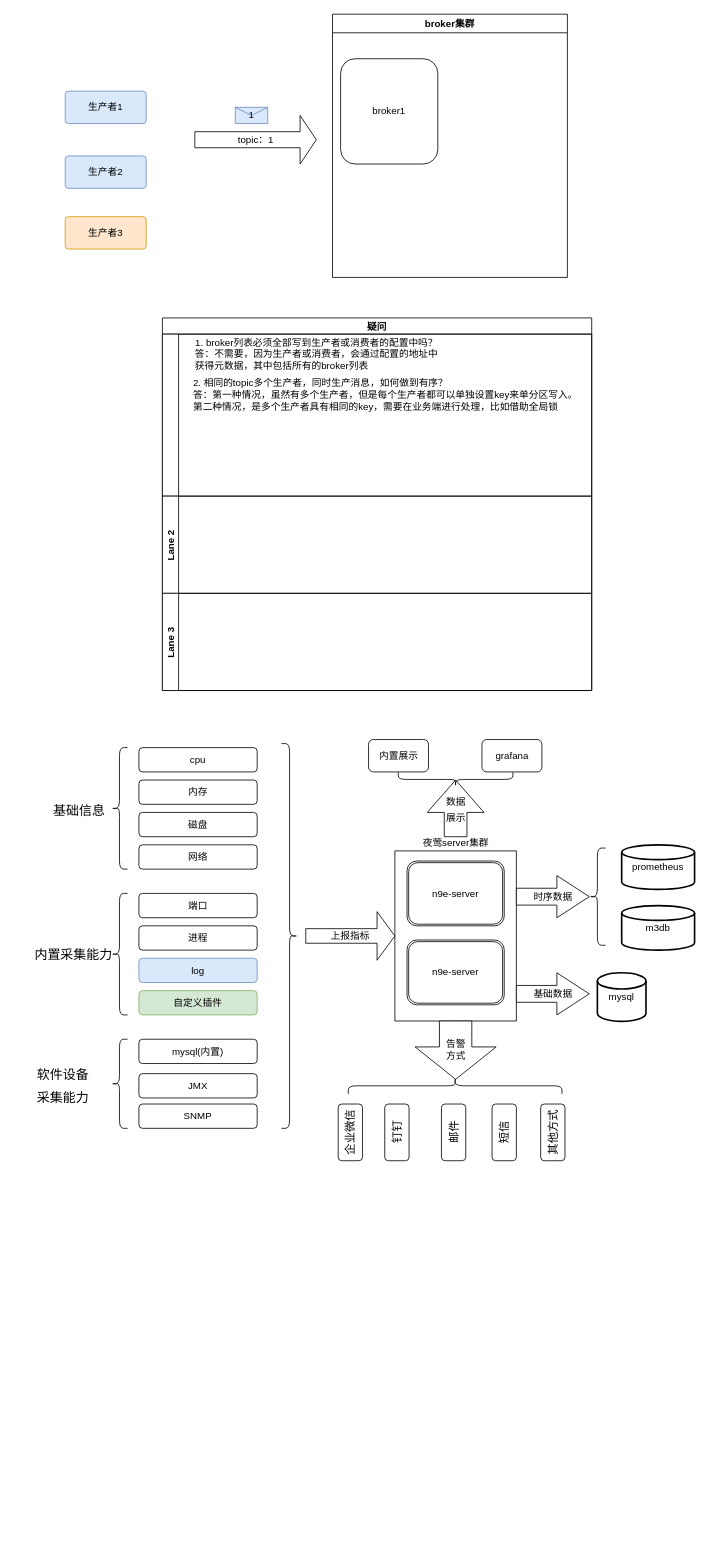
The draw.io diagram weixin/Validate/kafka消息传递图.drawio in Sycjyy/myshare, before the edit. Source tidied: cells renumbered, new cells numbered last; positions are measured from the earlier drawing's top-left corner, leaving out a move shared by most shapes. Both pictures are drawn from the tidied source at 81%, with x=0, y=0 at pixel (14, 14).
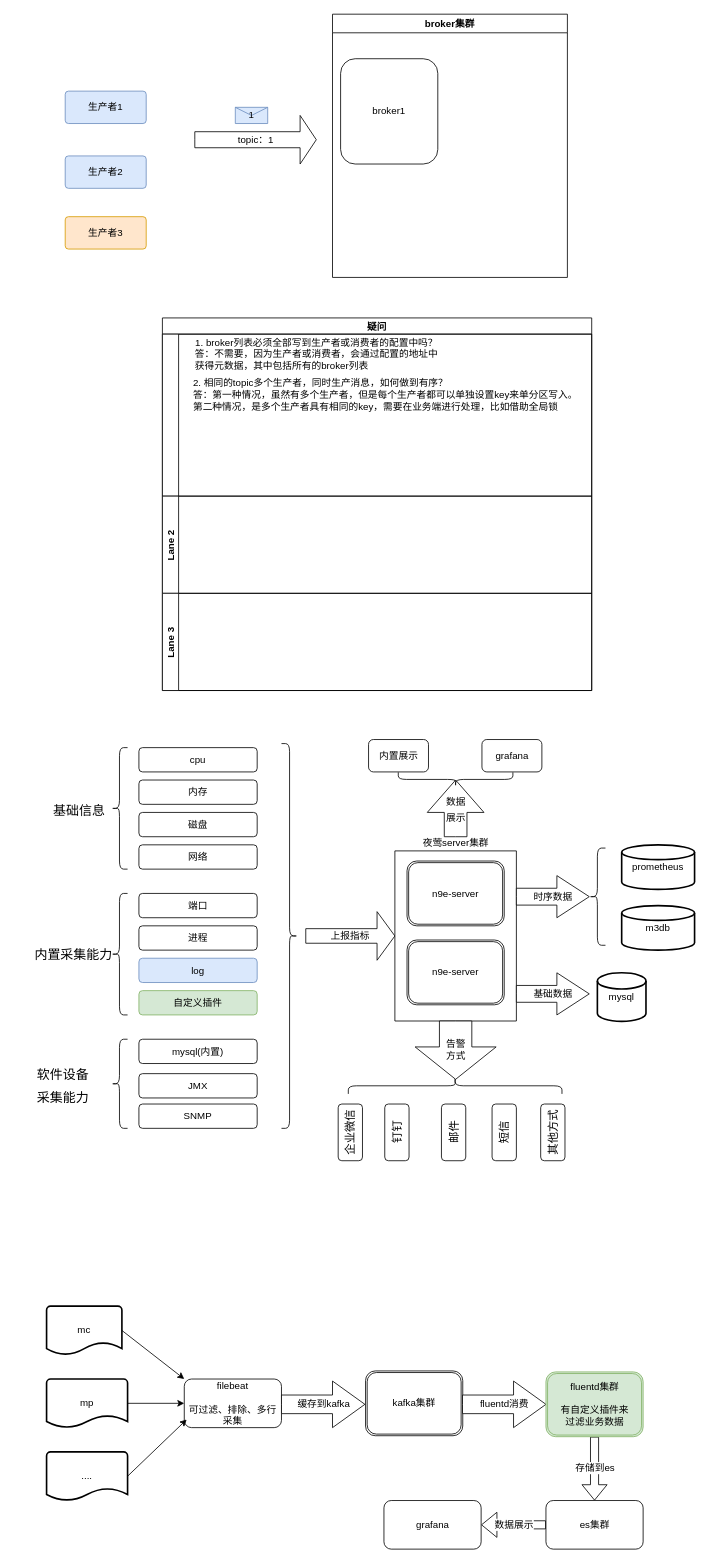
After the change.

Commit message:
更新kafka消息传递图.drawio

The edit, as a diff of the source:
```diff
@@
+    <mxCell id="54" value="mc" style="strokeWidth=2;html=1;shape=mxgraph.flowchart.document2;whiteSpace=wrap;size=0.25;fontSize=12;" parent="1" vertex="1">
+      <mxGeometry x="40" y="1595" width="93" height="60" as="geometry" />
+    </mxCell>
+    <mxCell id="55" value="mp" style="strokeWidth=2;html=1;shape=mxgraph.flowchart.document2;whiteSpace=wrap;size=0.25;fontSize=12;" parent="1" vertex="1">
+      <mxGeometry x="40" y="1685" width="100" height="60" as="geometry" />
+    </mxCell>
+    <mxCell id="56" value="...." style="strokeWidth=2;html=1;shape=mxgraph.flowchart.document2;whiteSpace=wrap;size=0.25;fontSize=12;" parent="1" vertex="1">
+      <mxGeometry x="40" y="1775" width="100" height="60" as="geometry" />
+    </mxCell>
+    <mxCell id="57" value="filebeat&lt;br&gt;&lt;br&gt;可过滤、排除、多行采集" style="rounded=1;whiteSpace=wrap;html=1;fontSize=12;" parent="1" vertex="1">
+      <mxGeometry x="210" y="1685" width="120" height="60" as="geometry" />
+    </mxCell>
+    <mxCell id="58" style="endArrow=classic;html=1;rounded=0;fontSize=12;entryX=0;entryY=0;entryDx=0;entryDy=0;exitX=1;exitY=0.5;exitDx=0;exitDy=0;exitPerimeter=0;" parent="1" edge="1">
+      <mxGeometry relative="1" as="geometry">
+        <mxPoint x="133" y="1625" as="sourcePoint" />
+        <mxPoint x="210" y="1685" as="targetPoint" />
+      </mxGeometry>
+    </mxCell>
+    <mxCell id="59" style="endArrow=classic;html=1;rounded=0;fontSize=12;entryX=0;entryY=0.5;entryDx=0;entryDy=0;exitX=1;exitY=0.5;exitDx=0;exitDy=0;exitPerimeter=0;" parent="1" edge="1" source="55" target="57">
+      <mxGeometry relative="1" as="geometry" />
+    </mxCell>
+    <mxCell id="60" style="endArrow=classic;html=1;rounded=0;fontSize=12;entryX=0.025;entryY=0.833;entryDx=0;entryDy=0;exitX=1;exitY=0.5;exitDx=0;exitDy=0;exitPerimeter=0;entryPerimeter=0;" parent="1" edge="1" source="56" target="57">
+      <mxGeometry relative="1" as="geometry" />
+    </mxCell>
+    <mxCell id="61" value="缓存到kafka" style="html=1;shadow=0;dashed=0;align=center;verticalAlign=middle;shape=mxgraph.arrows2.arrow;dy=0.6;dx=40;notch=0;fontSize=12;" parent="1" vertex="1">
+      <mxGeometry x="330" y="1687.5" width="103" height="57.5" as="geometry" />
+    </mxCell>
+    <mxCell id="62" value="kafka集群" style="shape=ext;double=1;rounded=1;whiteSpace=wrap;html=1;fontSize=12;" parent="1" vertex="1">
+      <mxGeometry x="433.8" y="1675" width="120" height="80" as="geometry" />
+    </mxCell>
+    <mxCell id="63" value="fluentd消费" style="html=1;shadow=0;dashed=0;align=center;verticalAlign=middle;shape=mxgraph.arrows2.arrow;dy=0.6;dx=40;notch=0;fontSize=12;" parent="1" vertex="1">
+      <mxGeometry x="553.5" y="1687.5" width="103" height="57.5" as="geometry" />
+    </mxCell>
+    <mxCell id="64" value="存储到es" style="edgeStyle=orthogonalEdgeStyle;shape=flexArrow;rounded=0;jettySize=auto;html=1;fontSize=12;" parent="1" edge="1" source="65" target="67">
+      <mxGeometry relative="1" as="geometry" />
+    </mxCell>
+    <mxCell id="65" value="fluentd集群&lt;br&gt;&lt;br&gt;有自定义插件来&lt;br&gt;过滤业务数据" style="shape=ext;double=1;rounded=1;whiteSpace=wrap;html=1;fontSize=12;fillColor=#d5e8d4;strokeColor=#82b366;" parent="1" vertex="1">
+      <mxGeometry x="656.5" y="1676.2" width="120" height="80" as="geometry" />
+    </mxCell>
+    <mxCell id="66" value="数据展示" style="edgeStyle=orthogonalEdgeStyle;shape=flexArrow;rounded=0;jettySize=auto;html=1;fontSize=12;" parent="1" edge="1" source="67" target="68">
+      <mxGeometry relative="1" as="geometry" />
+    </mxCell>
+    <mxCell id="67" value="es集群" style="whiteSpace=wrap;html=1;rounded=1;" parent="1" vertex="1">
+      <mxGeometry x="656.5" y="1835" width="120" height="60" as="geometry" />
+    </mxCell>
+    <mxCell id="68" value="grafana" style="whiteSpace=wrap;html=1;rounded=1;" parent="1" vertex="1">
+      <mxGeometry x="456.5" y="1835" width="120" height="60" as="geometry" />
+    </mxCell>
```
